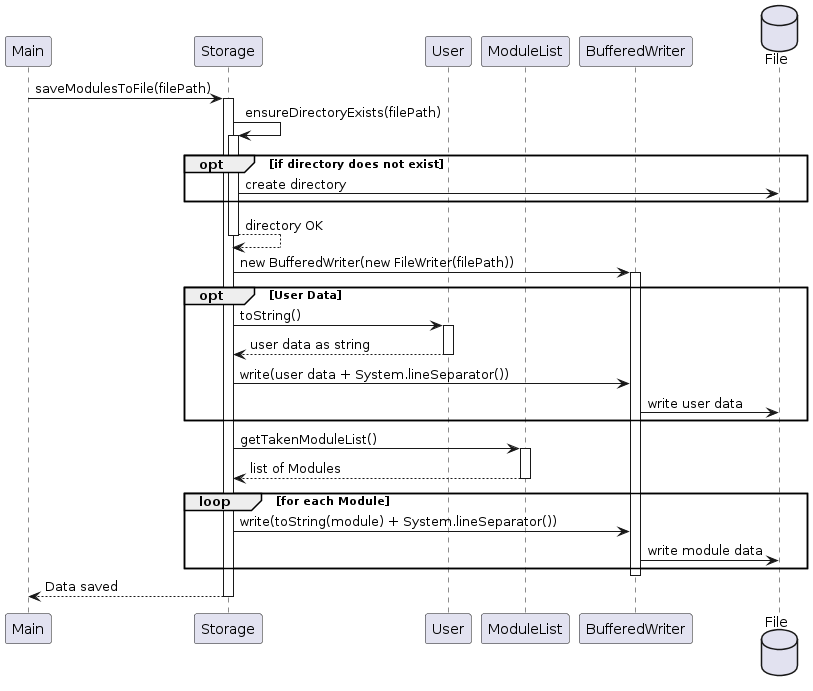
Above: docs/diagrams/StorageSequenceDiagram.png in fungg0/tp (PlantUML), before the change.
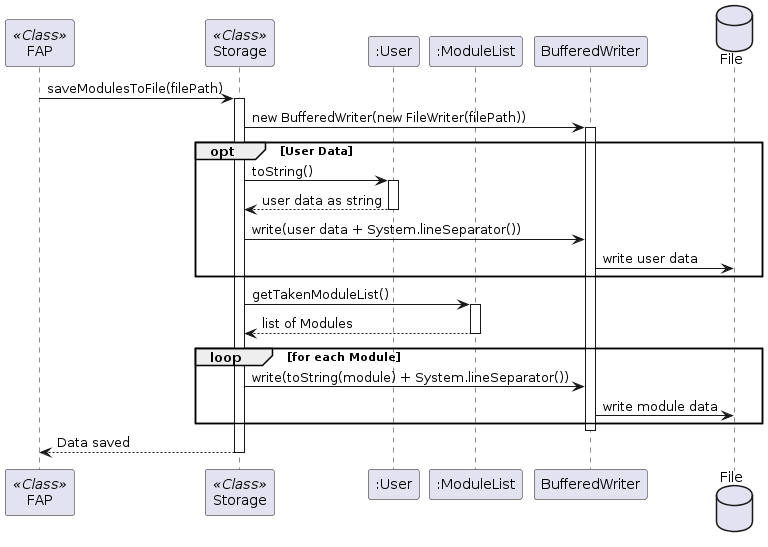
After the commit.

Commit message:
Modify Storage Sequence Diagram png file

The edit, as a diff of the source:
```diff
@@ -1,21 +1,13 @@
 @startuml
-participant "Main" as Main
-participant "Storage" as Storage
-participant "User" as User
-participant "ModuleList" as ModuleList
+participant FAP as FAP <<Class>>
+participant "Storage" as Storage <<Class>>
+participant ":User" as User
+participant ":ModuleList" as ModuleList
 participant "BufferedWriter" as BW
 database "File" as File
 
-Main -> Storage : saveModulesToFile(filePath)
+FAP -> Storage : saveModulesToFile(filePath)
 activate Storage
-
-Storage -> Storage : ensureDirectoryExists(filePath)
-activate Storage
-opt if directory does not exist
-Storage -> File : create directory
-end
-Storage --> Storage : directory OK
-deactivate Storage
 
 Storage -> BW : new BufferedWriter(new FileWriter(filePath))
 activate BW
@@ -40,6 +32,6 @@
 end
 
 deactivate BW
-Storage --> Main : Data saved
+Storage --> FAP : Data saved
 deactivate Storage
 @enduml
```
